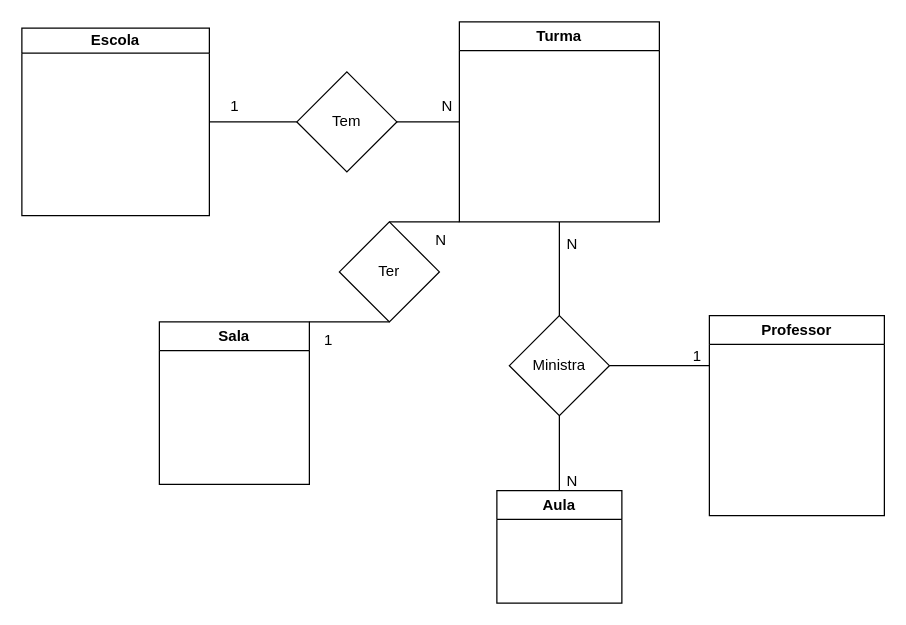
The draw.io diagram 2.drawio in Pato-Branco/Pato-Branco, before the edit. Source tidied: cells renumbered, new cells numbered last; positions are measured from the earlier drawing's top-left corner, leaving out a move shared by most shapes. Both pictures are drawn from the tidied source at 125%, with x=0, y=0 at pixel (21, 21).
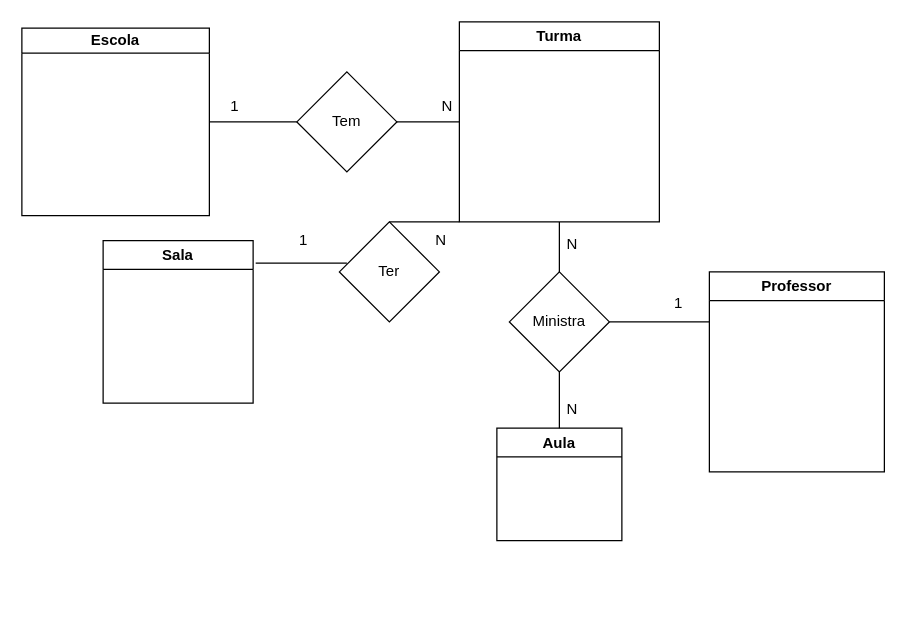
The same diagram, later.

The change refers to these unchanged cells:
```xml
<mxCell id="16" value="Ter" style="rhombus;whiteSpace=wrap;html=1;" parent="1" vertex="1">
  <mxGeometry x="254" y="160" width="80" height="80" as="geometry" />
</mxCell>
```

Change to the diagram source:
```diff
@@
     <mxCell id="8" value="Professor" style="swimlane;whiteSpace=wrap;html=1;" parent="1" vertex="1">
-      <mxGeometry x="550" y="235" width="140" height="160" as="geometry" />
+      <mxGeometry x="550" y="200" width="140" height="160" as="geometry" />
     </mxCell>
     <mxCell id="9" value="Aula" style="swimlane;whiteSpace=wrap;html=1;" parent="1" vertex="1">
-      <mxGeometry x="380" y="375" width="100" height="90" as="geometry" />
+      <mxGeometry x="380" y="325" width="100" height="90" as="geometry" />
     </mxCell>
     <mxCell id="10" value="Ministra" style="rhombus;whiteSpace=wrap;html=1;" parent="1" vertex="1">
-      <mxGeometry x="390" y="235" width="80" height="80" as="geometry" />
+      <mxGeometry x="390" y="200" width="80" height="80" as="geometry" />
     </mxCell>
@@
     <mxCell id="14" value="Sala" style="swimlane;whiteSpace=wrap;html=1;" parent="1" vertex="1">
-      <mxGeometry x="110" y="240" width="120" height="130" as="geometry" />
+      <mxGeometry x="65" y="175" width="120" height="130" as="geometry" />
     </mxCell>
-    <mxCell id="15" style="endArrow=none;html=1;rounded=0;entryX=1;entryY=0;entryDx=0;entryDy=0;exitX=0.5;exitY=1;exitDx=0;exitDy=0;" parent="1" edge="1" source="16" target="14">
-      <mxGeometry relative="1" as="geometry" />
-    </mxCell>
@@
     <mxCell id="21" value="1" style="text;html=1;align=center;verticalAlign=middle;strokeColor=none;fillColor=none;" parent="1" vertex="1">
-      <mxGeometry x="525" y="253" width="30" height="30" as="geometry" />
+      <mxGeometry x="510" y="210" width="30" height="30" as="geometry" />
     </mxCell>
     <mxCell id="22" value="N" style="text;html=1;align=center;verticalAlign=middle;strokeColor=none;fillColor=none;" parent="1" vertex="1">
-      <mxGeometry x="425" y="353" width="30" height="30" as="geometry" />
+      <mxGeometry x="425" y="295" width="30" height="30" as="geometry" />
     </mxCell>
@@
     <mxCell id="24" value="1" style="text;html=1;align=center;verticalAlign=middle;strokeColor=none;fillColor=none;" parent="1" vertex="1">
-      <mxGeometry x="230" y="240" width="30" height="30" as="geometry" />
+      <mxGeometry x="210" y="160" width="30" height="30" as="geometry" />
     </mxCell>
+    <mxCell id="25" style="endArrow=none;html=1;rounded=0;exitX=1.017;exitY=0.138;exitDx=0;exitDy=0;exitPerimeter=0;" parent="1" edge="1" source="14">
+      <mxGeometry relative="1" as="geometry">
+        <mxPoint x="260" y="193" as="targetPoint" />
+      </mxGeometry>
+    </mxCell>
```
